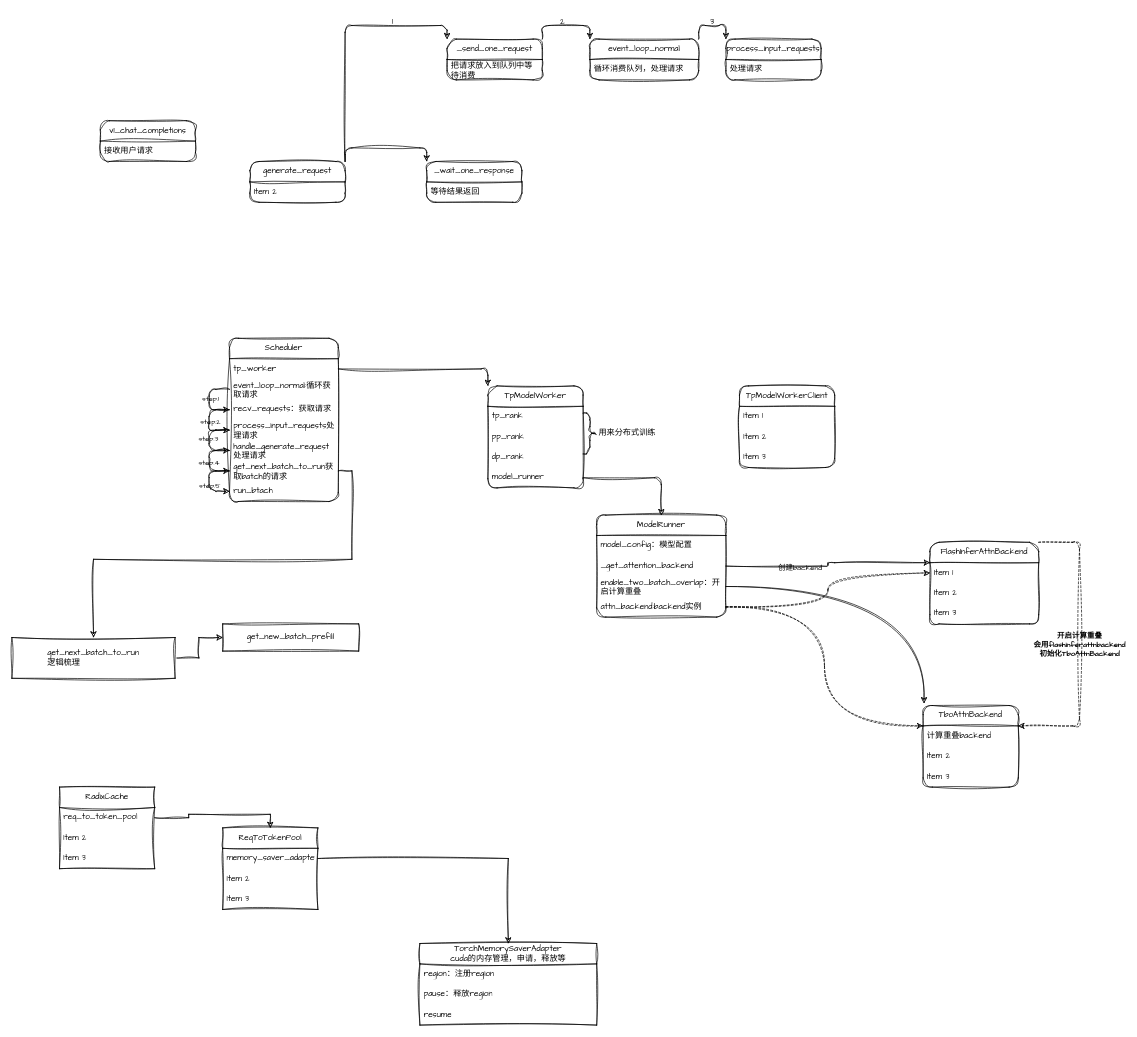
This is sglang.drawio from beijingqiuchang/drawio, a draw.io file, before an edit. Source tidied: cells renumbered, new cells numbered last; positions are measured from the earlier drawing's top-left corner, leaving out a move shared by most shapes. Both pictures are drawn from the tidied source at 68%, with x=0, y=0 at pixel (12, 12).
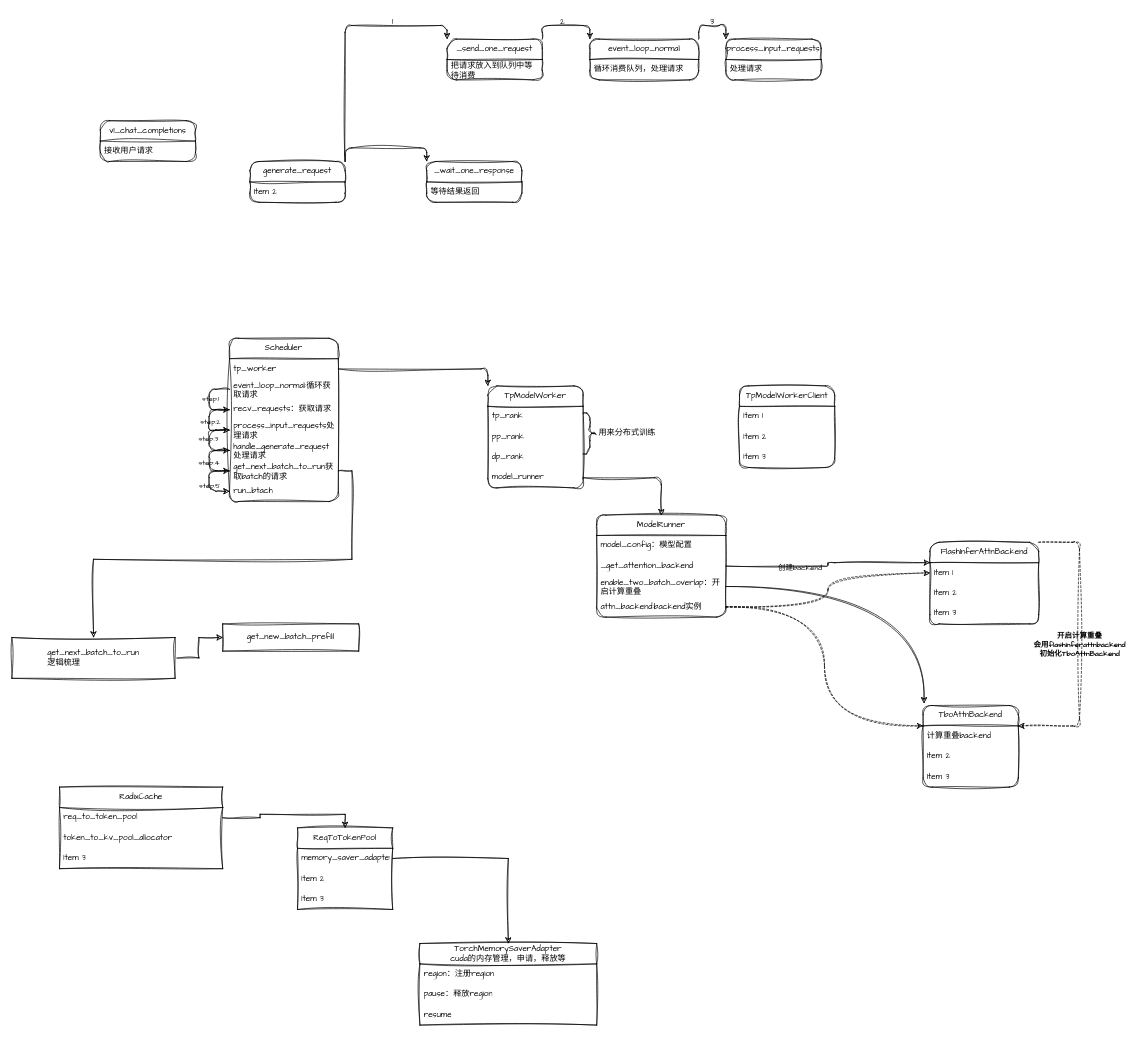
The same page after the edit.

Change to the diagram source:
```diff
@@
     <mxCell id="79" value="ReqToTokenPool" style="swimlane;fontStyle=0;horizontal=1;startSize=30;whiteSpace=wrap;html=1;sketch=1;hachureGap=4;jiggle=2;curveFitting=1;fontFamily=Architects Daughter;" parent="1" vertex="1">
-      <mxGeometry x="310" y="1200" width="140" height="120" as="geometry" />
+      <mxGeometry x="420" y="1200" width="140" height="120" as="geometry" />
     </mxCell>
@@
     <mxCell id="84" value="RadixCache" style="swimlane;fontStyle=0;horizontal=1;startSize=30;whiteSpace=wrap;html=1;sketch=1;hachureGap=4;jiggle=2;curveFitting=1;fontFamily=Architects Daughter;" parent="1" vertex="1">
-      <mxGeometry x="70" y="1140" width="140" height="120" as="geometry" />
+      <mxGeometry x="70" y="1140" width="240" height="120" as="geometry" />
     </mxCell>
     <mxCell id="85" value="req_to_token_pool" style="text;strokeColor=none;fillColor=none;align=left;verticalAlign=middle;spacingLeft=4;spacingRight=4;overflow=hidden;points=[[0,0.5],[1,0.5]];portConstraint=eastwest;whiteSpace=wrap;html=1;fontFamily=Architects Daughter;" parent="84" vertex="1">
-      <mxGeometry y="30" width="140" height="30" as="geometry" />
+      <mxGeometry y="30" width="240" height="30" as="geometry" />
     </mxCell>
-    <mxCell id="86" value="Item 2" style="text;strokeColor=none;fillColor=none;align=left;verticalAlign=middle;spacingLeft=4;spacingRight=4;overflow=hidden;whiteSpace=wrap;html=1;fontFamily=Architects Daughter;" parent="84" vertex="1">
-      <mxGeometry y="60" width="140" height="30" as="geometry" />
+    <mxCell id="86" value="token_to_kv_pool_allocator" style="text;strokeColor=none;fillColor=none;align=left;verticalAlign=middle;spacingLeft=4;spacingRight=4;overflow=hidden;whiteSpace=wrap;html=1;fontFamily=Architects Daughter;" parent="84" vertex="1">
+      <mxGeometry y="60" width="240" height="30" as="geometry" />
     </mxCell>
     <mxCell id="87" value="Item 3" style="text;strokeColor=none;fillColor=none;align=left;verticalAlign=middle;spacingLeft=4;spacingRight=4;overflow=hidden;whiteSpace=wrap;html=1;fontFamily=Architects Daughter;" parent="84" vertex="1">
-      <mxGeometry y="90" width="140" height="30" as="geometry" />
+      <mxGeometry y="90" width="240" height="30" as="geometry" />
     </mxCell>
```
